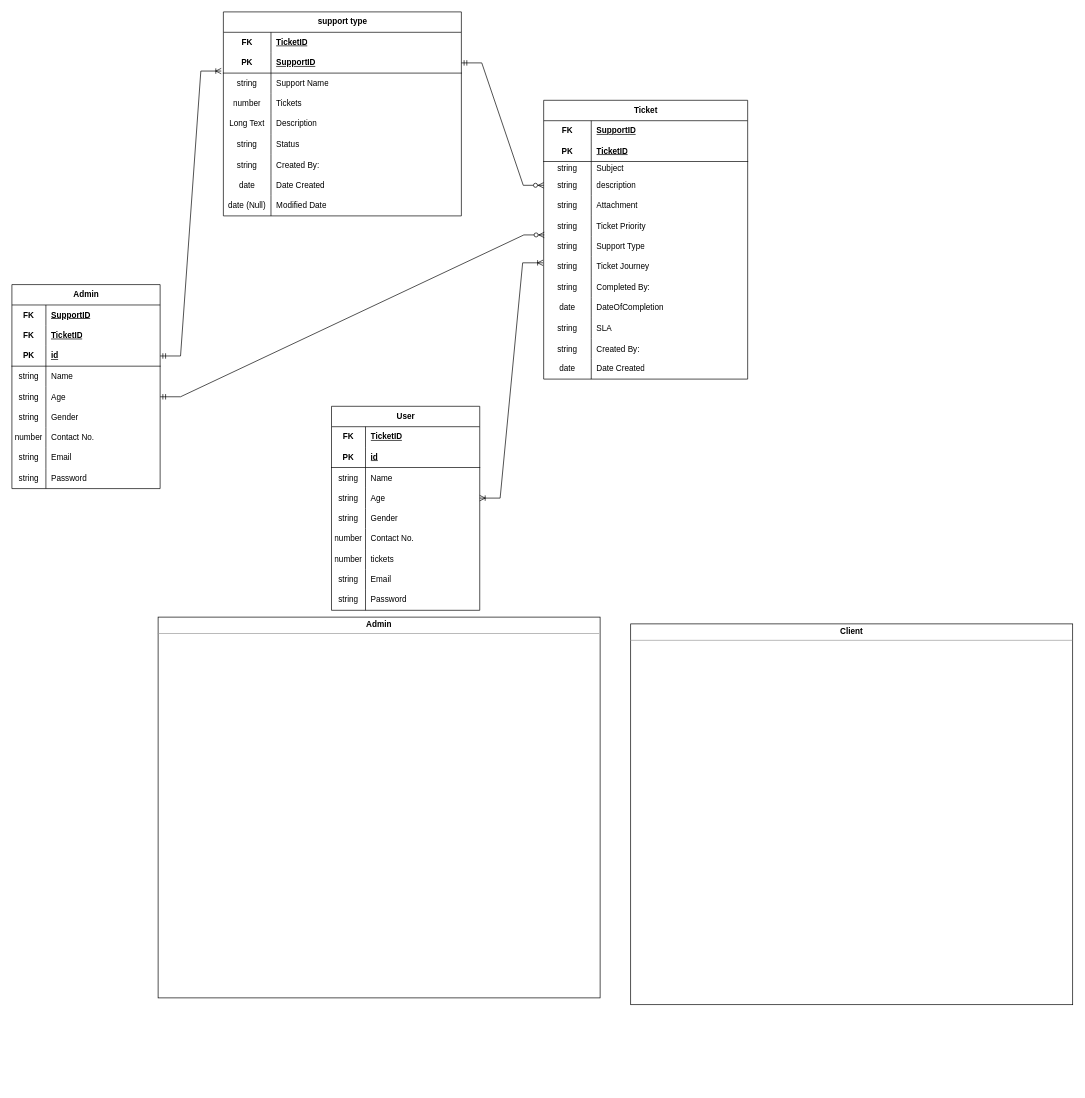
clydeaaron/hackdesk-erd keeps this draw.io diagram as page "Page-1" (1 of 2) of hackdesk-erd.drawio. Above is the earlier version. Source tidied: cells renumbered, new cells numbered last; positions are measured from the earlier drawing's top-left corner, leaving out a move shared by most shapes. Both pictures are drawn from the tidied source at 68%, with x=0, y=0 at pixel (12, 12).
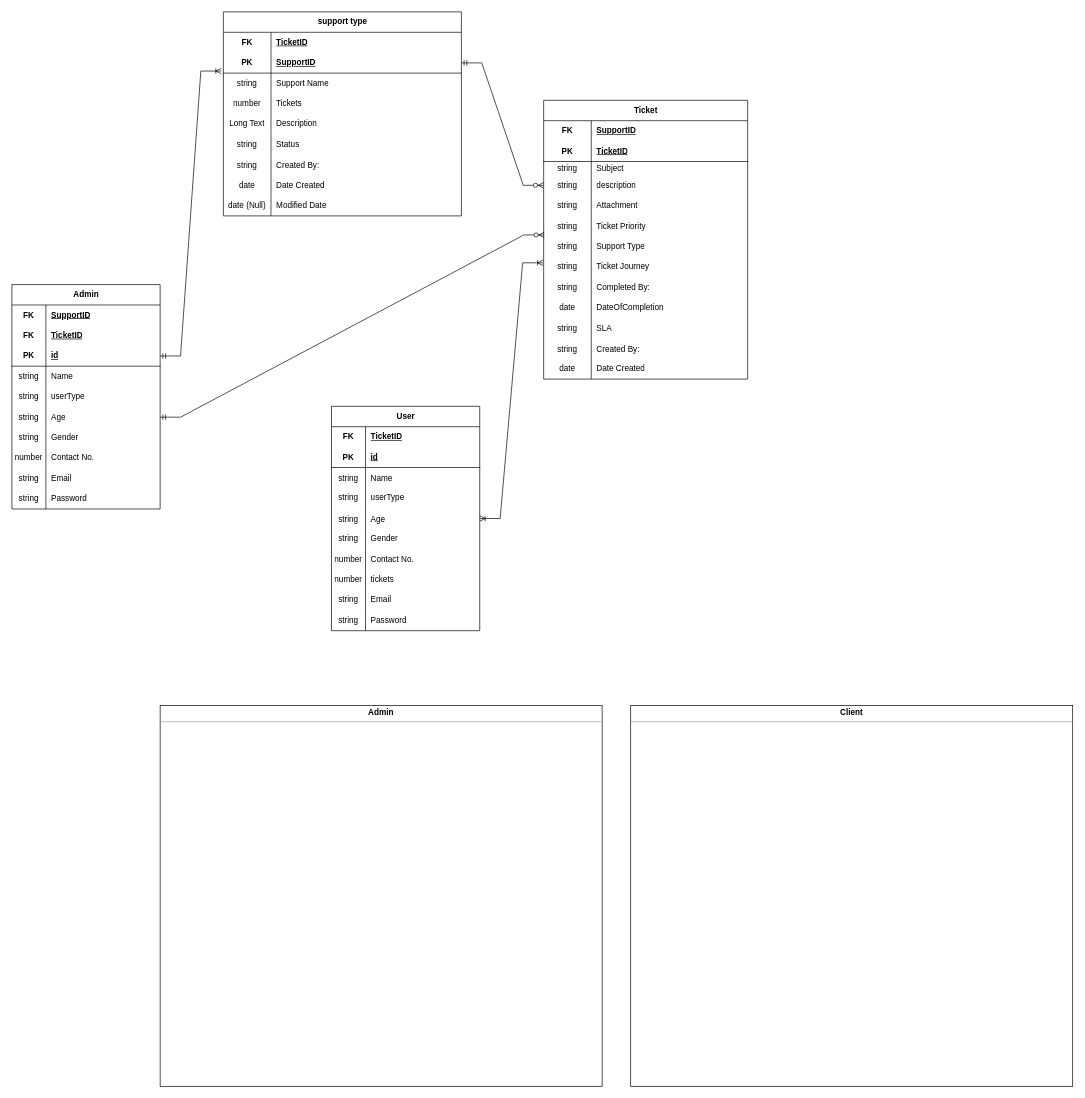
Above is the later version.

The edit, as a diff of the source:
```diff
@@
     <mxCell id="2" value="&lt;p style=&quot;margin:0px;margin-top:4px;text-align:center;&quot;&gt;&lt;b&gt;Client&lt;/b&gt;&lt;/p&gt;&lt;hr size=&quot;1&quot;&gt;&lt;div style=&quot;height:2px;&quot;&gt;&lt;/div&gt;" style="verticalAlign=top;align=left;overflow=fill;fontSize=12;fontFamily=Helvetica;html=1;whiteSpace=wrap;" parent="1" vertex="1">
-      <mxGeometry x="910" y="900" width="650" height="560" as="geometry" />
+      <mxGeometry x="910" y="1020" width="650" height="560" as="geometry" />
     </mxCell>
@@
     <mxCell id="43" value="&lt;p style=&quot;margin:0px;margin-top:4px;text-align:center;&quot;&gt;&lt;b&gt;Admin&lt;/b&gt;&lt;/p&gt;&lt;hr size=&quot;1&quot;&gt;&lt;div style=&quot;height:2px;&quot;&gt;&lt;/div&gt;" style="verticalAlign=top;align=left;overflow=fill;fontSize=12;fontFamily=Helvetica;html=1;whiteSpace=wrap;" parent="1" vertex="1">
-      <mxGeometry x="215" y="890" width="650" height="560" as="geometry" />
+      <mxGeometry x="218" y="1020" width="650" height="560" as="geometry" />
     </mxCell>
     <mxCell id="44" value="User" style="shape=table;startSize=30;childLayout=tableLayout;rowLines=0;fontStyle=1;align=center;html=1;" parent="1" vertex="1">
-      <mxGeometry x="470" y="580" width="218" height="300" as="geometry" />
+      <mxGeometry x="470" y="580" width="218" height="330" as="geometry" />
     </mxCell>
@@
+    <mxCell id="133" style="shape=tableRow;horizontal=0;startSize=0;swimlaneHead=0;swimlaneBody=0;fillColor=none;top=0;left=0;right=0;bottom=0;" parent="44" vertex="1">
+      <mxGeometry y="120" width="218" height="30" as="geometry" />
+    </mxCell>
+    <mxCell id="134" value="string" style="shape=partialRectangle;fillColor=none;top=0;left=0;bottom=0;right=0;fontStyle=0;overflow=hidden;whiteSpace=wrap;html=1;" parent="133" vertex="1">
+      <mxGeometry width="50" height="30" as="geometry" />
+    </mxCell>
+    <mxCell id="135" value="userType" style="shape=partialRectangle;fillColor=none;top=0;left=0;bottom=0;right=0;align=left;spacingLeft=6;fontStyle=0;overflow=hidden;whiteSpace=wrap;html=1;" parent="133" vertex="1">
+      <mxGeometry x="50" width="168" height="30" as="geometry" />
+    </mxCell>
     <mxCell id="54" style="shape=tableRow;horizontal=0;startSize=0;swimlaneHead=0;swimlaneBody=0;fillColor=none;points=[[0,0.5],[1,0.5]];portConstraint=eastwest;top=0;left=0;right=0;bottom=0;" parent="44" vertex="1">
-      <mxGeometry y="120" width="218" height="30" as="geometry" />
+      <mxGeometry y="150" width="218" height="30" as="geometry" />
     </mxCell>
@@
     <mxCell id="57" style="shape=tableRow;horizontal=0;startSize=0;swimlaneHead=0;swimlaneBody=0;fillColor=none;top=0;left=0;right=0;bottom=0;" parent="44" vertex="1">
-      <mxGeometry y="150" width="218" height="30" as="geometry" />
+      <mxGeometry y="180" width="218" height="30" as="geometry" />
     </mxCell>
@@
     <mxCell id="60" style="shape=tableRow;horizontal=0;startSize=0;swimlaneHead=0;swimlaneBody=0;fillColor=none;top=0;left=0;right=0;bottom=0;" parent="44" vertex="1">
-      <mxGeometry y="180" width="218" height="30" as="geometry" />
+      <mxGeometry y="210" width="218" height="30" as="geometry" />
     </mxCell>
@@
     <mxCell id="63" style="shape=tableRow;horizontal=0;startSize=0;swimlaneHead=0;swimlaneBody=0;fillColor=none;top=0;left=0;right=0;bottom=0;" parent="44" vertex="1">
-      <mxGeometry y="210" width="218" height="30" as="geometry" />
+      <mxGeometry y="240" width="218" height="30" as="geometry" />
     </mxCell>
@@
     <mxCell id="66" style="shape=tableRow;horizontal=0;startSize=0;swimlaneHead=0;swimlaneBody=0;fillColor=none;top=0;left=0;right=0;bottom=0;" parent="44" vertex="1">
-      <mxGeometry y="240" width="218" height="30" as="geometry" />
+      <mxGeometry y="270" width="218" height="30" as="geometry" />
     </mxCell>
@@
     <mxCell id="69" style="shape=tableRow;horizontal=0;startSize=0;swimlaneHead=0;swimlaneBody=0;fillColor=none;top=0;left=0;right=0;bottom=0;" parent="44" vertex="1">
-      <mxGeometry y="270" width="218" height="30" as="geometry" />
+      <mxGeometry y="300" width="218" height="30" as="geometry" />
     </mxCell>
@@
     <mxCell id="101" value="Admin" style="shape=table;startSize=30;childLayout=tableLayout;rowLines=0;fontStyle=1;align=center;html=1;" parent="1" vertex="1">
-      <mxGeometry y="401" width="218" height="300" as="geometry" />
+      <mxGeometry y="401" width="218" height="330" as="geometry" />
     </mxCell>
@@
+    <mxCell id="136" style="shape=tableRow;horizontal=0;startSize=0;swimlaneHead=0;swimlaneBody=0;fillColor=none;top=0;left=0;right=0;bottom=0;" parent="101" vertex="1">
+      <mxGeometry y="150" width="218" height="30" as="geometry" />
+    </mxCell>
+    <mxCell id="137" value="string" style="shape=partialRectangle;fillColor=none;top=0;left=0;bottom=0;right=0;fontStyle=0;overflow=hidden;whiteSpace=wrap;html=1;" parent="136" vertex="1">
+      <mxGeometry width="50" height="30" as="geometry" />
+    </mxCell>
+    <mxCell id="138" value="userType" style="shape=partialRectangle;fillColor=none;top=0;left=0;bottom=0;right=0;align=left;spacingLeft=6;fontStyle=0;overflow=hidden;whiteSpace=wrap;html=1;" parent="136" vertex="1">
+      <mxGeometry x="50" width="168" height="30" as="geometry" />
+    </mxCell>
     <mxCell id="114" style="shape=tableRow;horizontal=0;startSize=0;swimlaneHead=0;swimlaneBody=0;fillColor=none;points=[[0,0.5],[1,0.5]];portConstraint=eastwest;top=0;left=0;right=0;bottom=0;" parent="101" vertex="1">
-      <mxGeometry y="150" width="218" height="30" as="geometry" />
+      <mxGeometry y="180" width="218" height="30" as="geometry" />
     </mxCell>
@@
     <mxCell id="117" style="shape=tableRow;horizontal=0;startSize=0;swimlaneHead=0;swimlaneBody=0;fillColor=none;top=0;left=0;right=0;bottom=0;" parent="101" vertex="1">
-      <mxGeometry y="180" width="218" height="30" as="geometry" />
+      <mxGeometry y="210" width="218" height="30" as="geometry" />
     </mxCell>
@@
     <mxCell id="120" style="shape=tableRow;horizontal=0;startSize=0;swimlaneHead=0;swimlaneBody=0;fillColor=none;top=0;left=0;right=0;bottom=0;" parent="101" vertex="1">
-      <mxGeometry y="210" width="218" height="30" as="geometry" />
+      <mxGeometry y="240" width="218" height="30" as="geometry" />
     </mxCell>
@@
     <mxCell id="123" style="shape=tableRow;horizontal=0;startSize=0;swimlaneHead=0;swimlaneBody=0;fillColor=none;top=0;left=0;right=0;bottom=0;" parent="101" vertex="1">
-      <mxGeometry y="240" width="218" height="30" as="geometry" />
+      <mxGeometry y="270" width="218" height="30" as="geometry" />
     </mxCell>
@@
     <mxCell id="126" style="shape=tableRow;horizontal=0;startSize=0;swimlaneHead=0;swimlaneBody=0;fillColor=none;top=0;left=0;right=0;bottom=0;" parent="101" vertex="1">
-      <mxGeometry y="270" width="218" height="30" as="geometry" />
+      <mxGeometry y="300" width="218" height="30" as="geometry" />
     </mxCell>
```
